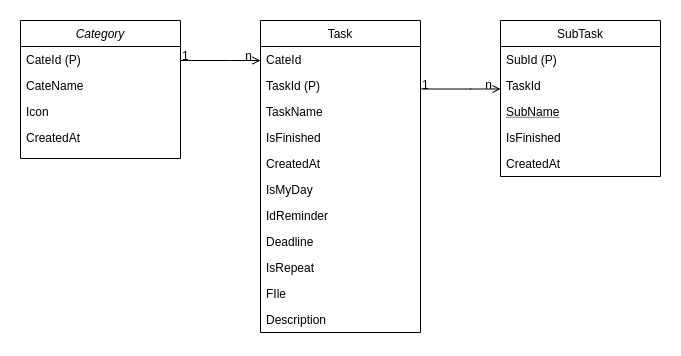
quangsang1998/design keeps this draw.io diagram as docs/database-diagram.png. Above is the earlier version. Source tidied: cells renumbered, new cells last; positions are measured from the earlier drawing's top-left corner, leaving out a move shared by most shapes.
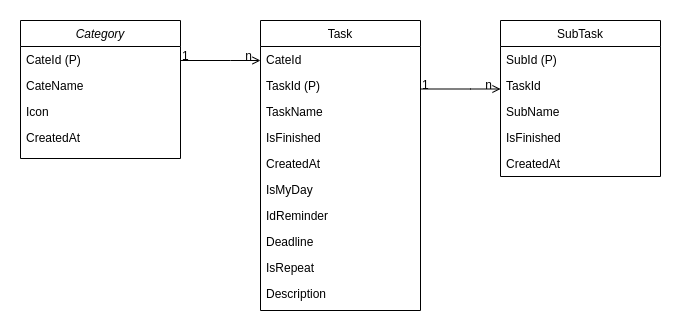
The same diagram one commit later.

Diff of the diagram source:
```diff
@@ -26,7 +26,7 @@
     <mxCell id="9" value="TaskId" style="text;align=left;verticalAlign=top;spacingLeft=4;spacingRight=4;overflow=hidden;rounded=0;shadow=0;html=0;" parent="7" vertex="1">
       <mxGeometry y="52" width="160" height="26" as="geometry" />
     </mxCell>
-    <mxCell id="10" value="SubName" style="text;align=left;verticalAlign=top;spacingLeft=4;spacingRight=4;overflow=hidden;fontStyle=4;" parent="7" vertex="1">
+    <mxCell id="10" value="SubName" style="text;align=left;verticalAlign=top;spacingLeft=4;spacingRight=4;overflow=hidden;fontStyle=0;" parent="7" vertex="1">
       <mxGeometry y="78" width="160" height="26" as="geometry" />
     </mxCell>
     <mxCell id="11" value="IsFinished" style="text;align=left;verticalAlign=top;spacingLeft=4;spacingRight=4;overflow=hidden;" parent="7" vertex="1">
@@ -36,7 +36,7 @@
       <mxGeometry y="130" width="160" height="26" as="geometry" />
     </mxCell>
     <mxCell id="13" value="Task" style="swimlane;fontStyle=0;align=center;verticalAlign=top;horizontal=1;startSize=26;rounded=0;shadow=0;strokeWidth=1;" parent="1" vertex="1">
-      <mxGeometry x="240" width="160" height="312" as="geometry" />
+      <mxGeometry x="240" width="160" height="290" as="geometry" />
     </mxCell>
     <mxCell id="14" value="CateId" style="text;align=left;verticalAlign=top;spacingLeft=4;spacingRight=4;overflow=hidden;" parent="13" vertex="1">
       <mxGeometry y="26" width="160" height="26" as="geometry" />
@@ -65,11 +65,8 @@
     <mxCell id="22" value="IsRepeat" style="text;align=left;verticalAlign=top;spacingLeft=4;spacingRight=4;overflow=hidden;" parent="13" vertex="1">
       <mxGeometry y="234" width="160" height="26" as="geometry" />
     </mxCell>
-    <mxCell id="23" value="FIle" style="text;align=left;verticalAlign=top;spacingLeft=4;spacingRight=4;overflow=hidden;" parent="13" vertex="1">
-      <mxGeometry y="260" width="160" height="26" as="geometry" />
-    </mxCell>
     <mxCell id="24" value="Description" style="text;align=left;verticalAlign=top;spacingLeft=4;spacingRight=4;overflow=hidden;" parent="13" vertex="1">
-      <mxGeometry y="286" width="160" height="26" as="geometry" />
+      <mxGeometry y="260" width="160" height="26" as="geometry" />
     </mxCell>
     <mxCell id="25" style="endArrow=open;shadow=0;strokeWidth=1;rounded=0;endFill=1;edgeStyle=elbowEdgeStyle;elbow=vertical;" parent="1" edge="1" source="2" target="13">
       <mxGeometry x="0.5" y="41" relative="1" as="geometry">
```
